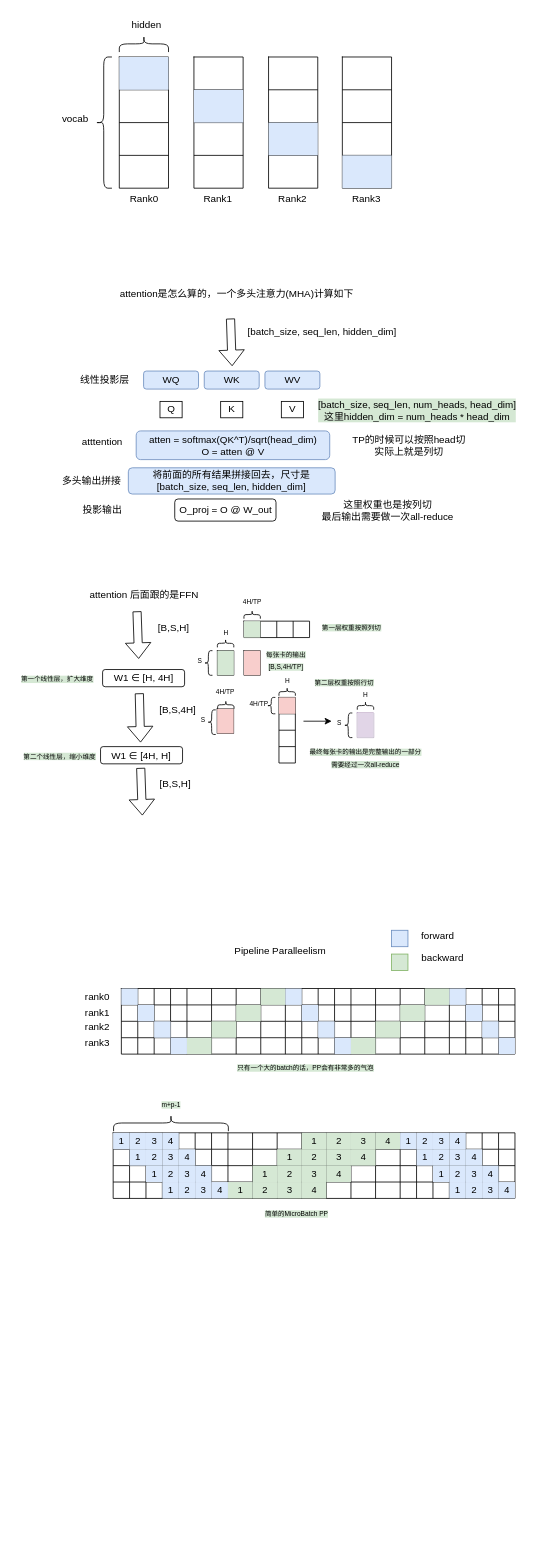
FanhuaQu/cuda-learning keeps this draw.io diagram as 大模型训练/大模型训练并行技术.drawio. Above is the earlier version. Source tidied: cells renumbered, new cells numbered last; positions are measured from the earlier drawing's top-left corner, leaving out a move shared by most shapes. Both pictures are drawn from the tidied source at 82%, with x=0, y=0 at pixel (13, 14).
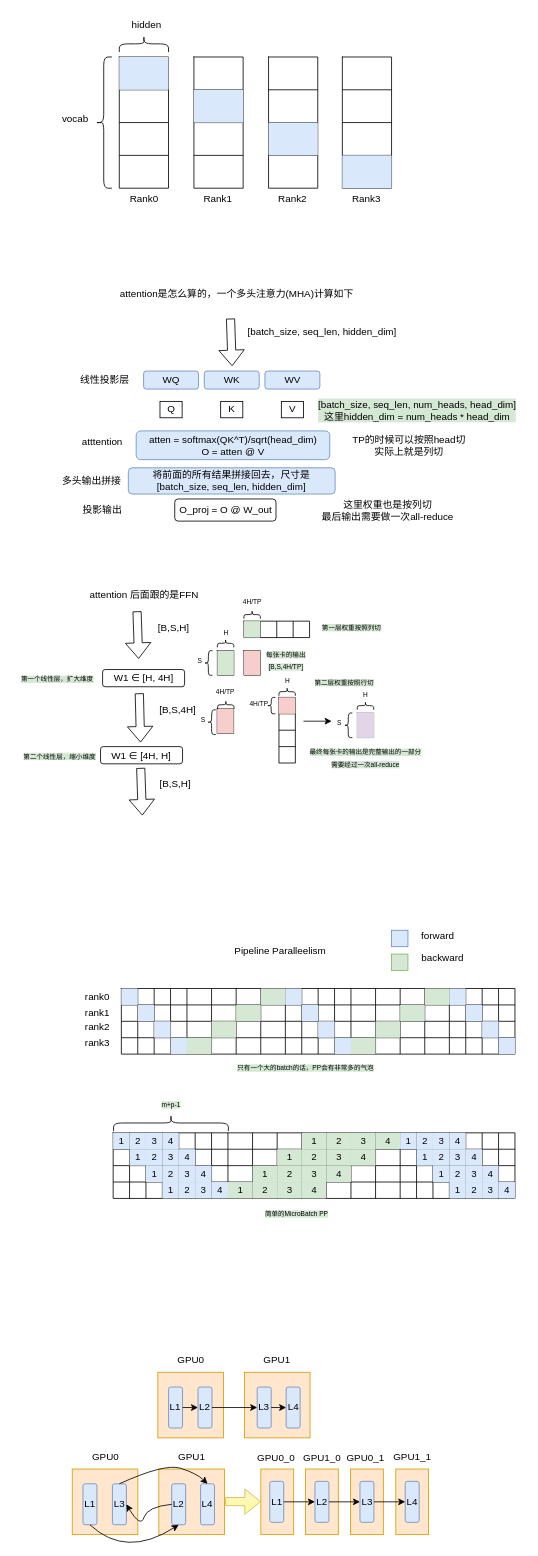
The same diagram, later.

Change to the diagram source:
```diff
@@
+    <mxCell id="313" style="whiteSpace=wrap;html=1;fillColor=#ffe6cc;strokeColor=#d79b00;" parent="1" vertex="1">
+      <mxGeometry x="176" y="1656" width="80" height="80" as="geometry" />
+    </mxCell>
+    <mxCell id="314" style="whiteSpace=wrap;html=1;fillColor=#ffe6cc;strokeColor=#d79b00;" parent="1" vertex="1">
+      <mxGeometry x="281.6" y="1656" width="80" height="80" as="geometry" />
+    </mxCell>
+    <mxCell id="315" value="L1" style="rounded=1;whiteSpace=wrap;html=1;fillColor=#dae8fc;strokeColor=#6c8ebf;" parent="1" vertex="1">
+      <mxGeometry x="189.1" y="1674" width="17" height="50" as="geometry" />
+    </mxCell>
+    <mxCell id="316" value="L2" style="rounded=1;whiteSpace=wrap;html=1;fillColor=#dae8fc;strokeColor=#6c8ebf;" parent="1" vertex="1">
+      <mxGeometry x="225" y="1674" width="17" height="50" as="geometry" />
+    </mxCell>
+    <mxCell id="317" value="L3" style="rounded=1;whiteSpace=wrap;html=1;fillColor=#dae8fc;strokeColor=#6c8ebf;" parent="1" vertex="1">
+      <mxGeometry x="297.2" y="1674" width="17" height="50" as="geometry" />
+    </mxCell>
+    <mxCell id="318" value="L4" style="rounded=1;whiteSpace=wrap;html=1;fillColor=#dae8fc;strokeColor=#6c8ebf;" parent="1" vertex="1">
+      <mxGeometry x="332.5" y="1674" width="17" height="50" as="geometry" />
+    </mxCell>
+    <mxCell id="319" value="GPU0" style="text;html=1;align=center;verticalAlign=middle;strokeColor=none;fillColor=none;" parent="1" vertex="1">
+      <mxGeometry x="190.5" y="1628" width="51" height="26" as="geometry" />
+    </mxCell>
+    <mxCell id="320" value="GPU1" style="text;html=1;align=center;verticalAlign=middle;strokeColor=none;fillColor=none;" parent="1" vertex="1">
+      <mxGeometry x="295.5" y="1628" width="51" height="26" as="geometry" />
+    </mxCell>
+    <mxCell id="321" style="endArrow=classic;html=1;rounded=0;exitX=1;exitY=0.5;exitDx=0;exitDy=0;entryX=0;entryY=0.5;entryDx=0;entryDy=0;" parent="1" edge="1" source="315" target="316">
+      <mxGeometry relative="1" as="geometry" />
+    </mxCell>
+    <mxCell id="322" style="endArrow=classic;html=1;rounded=0;exitX=1;exitY=0.5;exitDx=0;exitDy=0;entryX=0;entryY=0.5;entryDx=0;entryDy=0;" parent="1" edge="1" source="316" target="317">
+      <mxGeometry relative="1" as="geometry" />
+    </mxCell>
+    <mxCell id="323" style="endArrow=classic;html=1;rounded=0;exitX=1;exitY=0.5;exitDx=0;exitDy=0;entryX=0;entryY=0.5;entryDx=0;entryDy=0;" parent="1" edge="1" source="317" target="318">
+      <mxGeometry relative="1" as="geometry" />
+    </mxCell>
+    <mxCell id="324" style="whiteSpace=wrap;html=1;fillColor=#ffe6cc;strokeColor=#d79b00;" parent="1" vertex="1">
+      <mxGeometry x="71.6" y="1774" width="80" height="80" as="geometry" />
+    </mxCell>
+    <mxCell id="325" style="whiteSpace=wrap;html=1;fillColor=#ffe6cc;strokeColor=#d79b00;" parent="1" vertex="1">
+      <mxGeometry x="177.2" y="1774" width="80" height="80" as="geometry" />
+    </mxCell>
+    <mxCell id="326" value="L1" style="rounded=1;whiteSpace=wrap;html=1;fillColor=#dae8fc;strokeColor=#6c8ebf;" parent="1" vertex="1">
+      <mxGeometry x="84.7" y="1792" width="17" height="50" as="geometry" />
+    </mxCell>
+    <mxCell id="327" value="L3" style="rounded=1;whiteSpace=wrap;html=1;fillColor=#dae8fc;strokeColor=#6c8ebf;" parent="1" vertex="1">
+      <mxGeometry x="120.6" y="1792" width="17" height="50" as="geometry" />
+    </mxCell>
+    <mxCell id="328" value="L2" style="rounded=1;whiteSpace=wrap;html=1;fillColor=#dae8fc;strokeColor=#6c8ebf;" parent="1" vertex="1">
+      <mxGeometry x="192.9" y="1792" width="17" height="50" as="geometry" />
+    </mxCell>
+    <mxCell id="329" value="L4" style="rounded=1;whiteSpace=wrap;html=1;fillColor=#dae8fc;strokeColor=#6c8ebf;" parent="1" vertex="1">
+      <mxGeometry x="228.1" y="1792" width="17" height="50" as="geometry" />
+    </mxCell>
+    <mxCell id="330" value="GPU0" style="text;html=1;align=center;verticalAlign=middle;strokeColor=none;fillColor=none;" parent="1" vertex="1">
+      <mxGeometry x="86.1" y="1746" width="51" height="26" as="geometry" />
+    </mxCell>
+    <mxCell id="331" value="GPU1" style="text;html=1;align=center;verticalAlign=middle;strokeColor=none;fillColor=none;" parent="1" vertex="1">
+      <mxGeometry x="191.1" y="1746" width="51" height="26" as="geometry" />
+    </mxCell>
+    <mxCell id="332" style="curved=1;endArrow=classic;html=1;rounded=0;exitX=0.5;exitY=1;exitDx=0;exitDy=0;entryX=0.5;entryY=1;entryDx=0;entryDy=0;" parent="1" edge="1" source="326" target="328">
+      <mxGeometry relative="1" as="geometry">
+        <Array as="points">
+          <mxPoint x="137" y="1883" />
+        </Array>
+      </mxGeometry>
+    </mxCell>
+    <mxCell id="333" style="curved=1;endArrow=classic;html=1;rounded=0;exitX=0;exitY=0.5;exitDx=0;exitDy=0;entryX=1;entryY=0.5;entryDx=0;entryDy=0;" parent="1" edge="1" source="328" target="327">
+      <mxGeometry relative="1" as="geometry">
+        <Array as="points">
+          <mxPoint x="163" y="1820" />
+          <mxPoint x="155" y="1846" />
+        </Array>
+      </mxGeometry>
+    </mxCell>
+    <mxCell id="334" style="curved=1;endArrow=classic;html=1;rounded=0;exitX=0.5;exitY=0;exitDx=0;exitDy=0;entryX=0.5;entryY=0;entryDx=0;entryDy=0;" parent="1" edge="1" source="327" target="329">
+      <mxGeometry relative="1" as="geometry">
+        <Array as="points">
+          <mxPoint x="184" y="1767" />
+          <mxPoint x="223" y="1779" />
+        </Array>
+      </mxGeometry>
+    </mxCell>
+    <mxCell id="335" style="rounded=0;whiteSpace=wrap;html=1;fillColor=#ffe6cc;strokeColor=#d79b00;" parent="1" vertex="1">
+      <mxGeometry x="301.6" y="1774" width="40" height="80" as="geometry" />
+    </mxCell>
+    <mxCell id="336" style="rounded=0;whiteSpace=wrap;html=1;fillColor=#ffe6cc;strokeColor=#d79b00;" parent="1" vertex="1">
+      <mxGeometry x="356.1" y="1774" width="40" height="80" as="geometry" />
+    </mxCell>
+    <mxCell id="337" style="rounded=0;whiteSpace=wrap;html=1;fillColor=#ffe6cc;strokeColor=#d79b00;" parent="1" vertex="1">
+      <mxGeometry x="466.2" y="1774" width="40" height="80" as="geometry" />
+    </mxCell>
+    <mxCell id="338" style="rounded=0;whiteSpace=wrap;html=1;fillColor=#ffe6cc;strokeColor=#d79b00;" parent="1" vertex="1">
+      <mxGeometry x="411" y="1774" width="40" height="80" as="geometry" />
+    </mxCell>
+    <mxCell id="339" value="L1" style="rounded=1;whiteSpace=wrap;html=1;fillColor=#dae8fc;strokeColor=#6c8ebf;" parent="1" vertex="1">
+      <mxGeometry x="312.5" y="1789" width="17" height="50" as="geometry" />
+    </mxCell>
+    <mxCell id="340" value="L2" style="rounded=1;whiteSpace=wrap;html=1;fillColor=#dae8fc;strokeColor=#6c8ebf;" parent="1" vertex="1">
+      <mxGeometry x="367.6" y="1789" width="17" height="50" as="geometry" />
+    </mxCell>
+    <mxCell id="341" value="L3" style="rounded=1;whiteSpace=wrap;html=1;fillColor=#dae8fc;strokeColor=#6c8ebf;" parent="1" vertex="1">
+      <mxGeometry x="422.5" y="1789" width="17" height="50" as="geometry" />
+    </mxCell>
+    <mxCell id="342" value="L4" style="rounded=1;whiteSpace=wrap;html=1;fillColor=#dae8fc;strokeColor=#6c8ebf;" parent="1" vertex="1">
+      <mxGeometry x="477.7" y="1789" width="17" height="50" as="geometry" />
+    </mxCell>
+    <mxCell id="343" style="endArrow=classic;html=1;rounded=0;exitX=1;exitY=0.5;exitDx=0;exitDy=0;entryX=0;entryY=0.5;entryDx=0;entryDy=0;" parent="1" edge="1" source="339" target="340">
+      <mxGeometry relative="1" as="geometry" />
+    </mxCell>
+    <mxCell id="344" style="endArrow=classic;html=1;rounded=0;exitX=1;exitY=0.5;exitDx=0;exitDy=0;entryX=0;entryY=0.5;entryDx=0;entryDy=0;" parent="1" edge="1" source="340" target="341">
+      <mxGeometry relative="1" as="geometry" />
+    </mxCell>
+    <mxCell id="345" style="endArrow=classic;html=1;rounded=0;exitX=1;exitY=0.5;exitDx=0;exitDy=0;entryX=0;entryY=0.5;entryDx=0;entryDy=0;" parent="1" edge="1" source="341" target="342">
+      <mxGeometry relative="1" as="geometry" />
+    </mxCell>
+    <mxCell id="346" value="GPU0_0" style="text;html=1;align=center;verticalAlign=middle;strokeColor=none;fillColor=none;" parent="1" vertex="1">
+      <mxGeometry x="288.2" y="1748" width="64" height="26" as="geometry" />
+    </mxCell>
+    <mxCell id="347" value="GPU1_0" style="text;html=1;align=center;verticalAlign=middle;strokeColor=none;fillColor=none;" parent="1" vertex="1">
+      <mxGeometry x="344.1" y="1748" width="64" height="26" as="geometry" />
+    </mxCell>
+    <mxCell id="348" value="GPU0_1" style="text;html=1;align=center;verticalAlign=middle;strokeColor=none;fillColor=none;" parent="1" vertex="1">
+      <mxGeometry x="397.2" y="1748" width="64" height="26" as="geometry" />
+    </mxCell>
+    <mxCell id="349" value="GPU1_1" style="text;html=1;align=center;verticalAlign=middle;strokeColor=none;fillColor=none;" parent="1" vertex="1">
+      <mxGeometry x="454.2" y="1746" width="64" height="26" as="geometry" />
+    </mxCell>
+    <mxCell id="350" style="shape=flexArrow;endArrow=classic;html=1;rounded=0;fillColor=#fff2cc;strokeColor=#d6b656;gradientColor=#FFFF99;" parent="1" edge="1">
+      <mxGeometry relative="1" as="geometry">
+        <mxPoint x="258.1" y="1813.7" as="sourcePoint" />
+        <mxPoint x="301.6" y="1813.7" as="targetPoint" />
+      </mxGeometry>
+    </mxCell>
```
